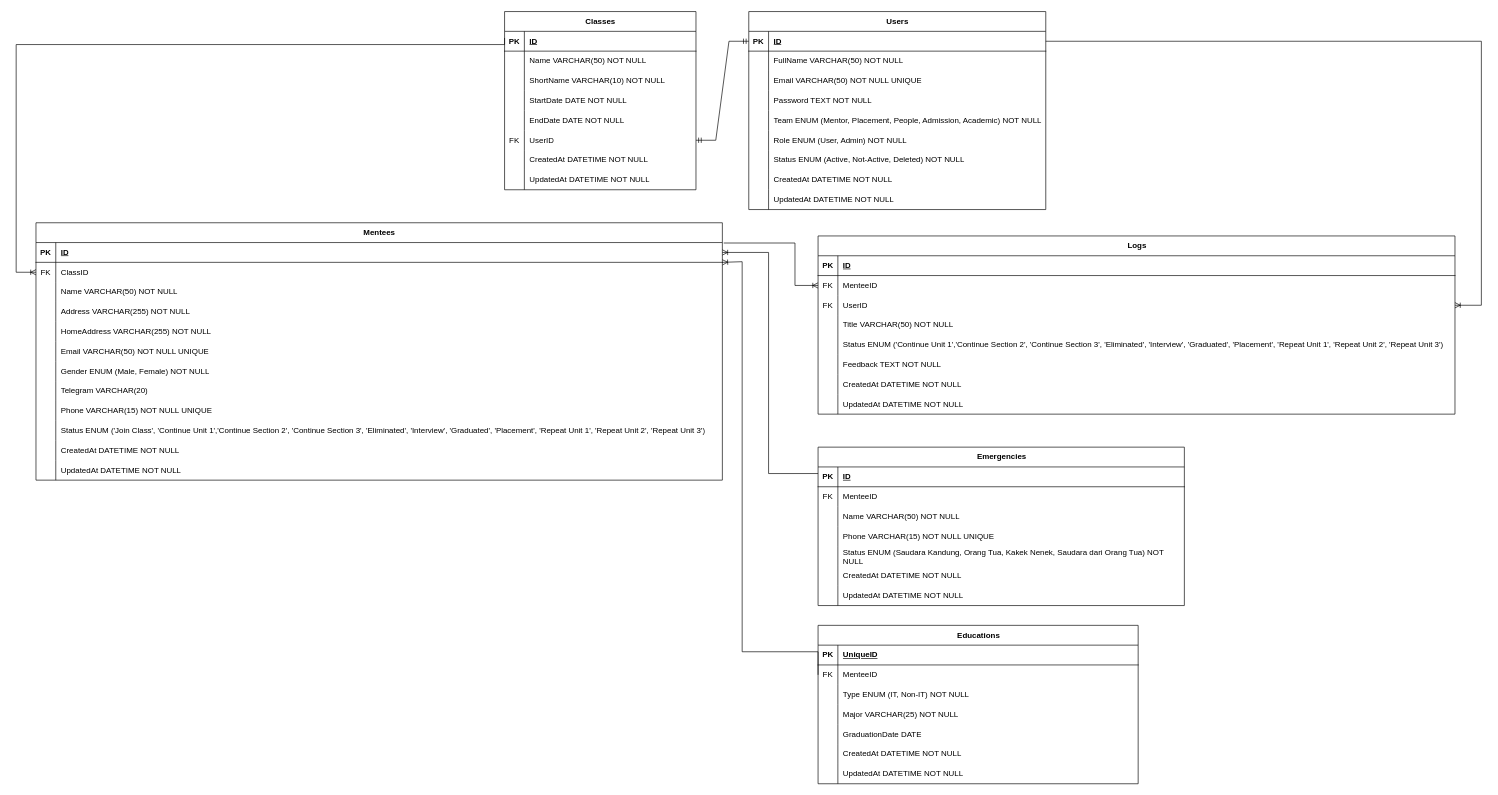
Earlier version of the draw.io diagram Immersive-dashboard-ERD.drawio.xml (Velocyes/ALTA-Dashboard-BE). Source tidied: cells renumbered, new cells numbered last; positions are measured from the earlier drawing's top-left corner, leaving out a move shared by most shapes. Both pictures are drawn from the tidied source at 66%, with x=0, y=0 at pixel (16, 11).
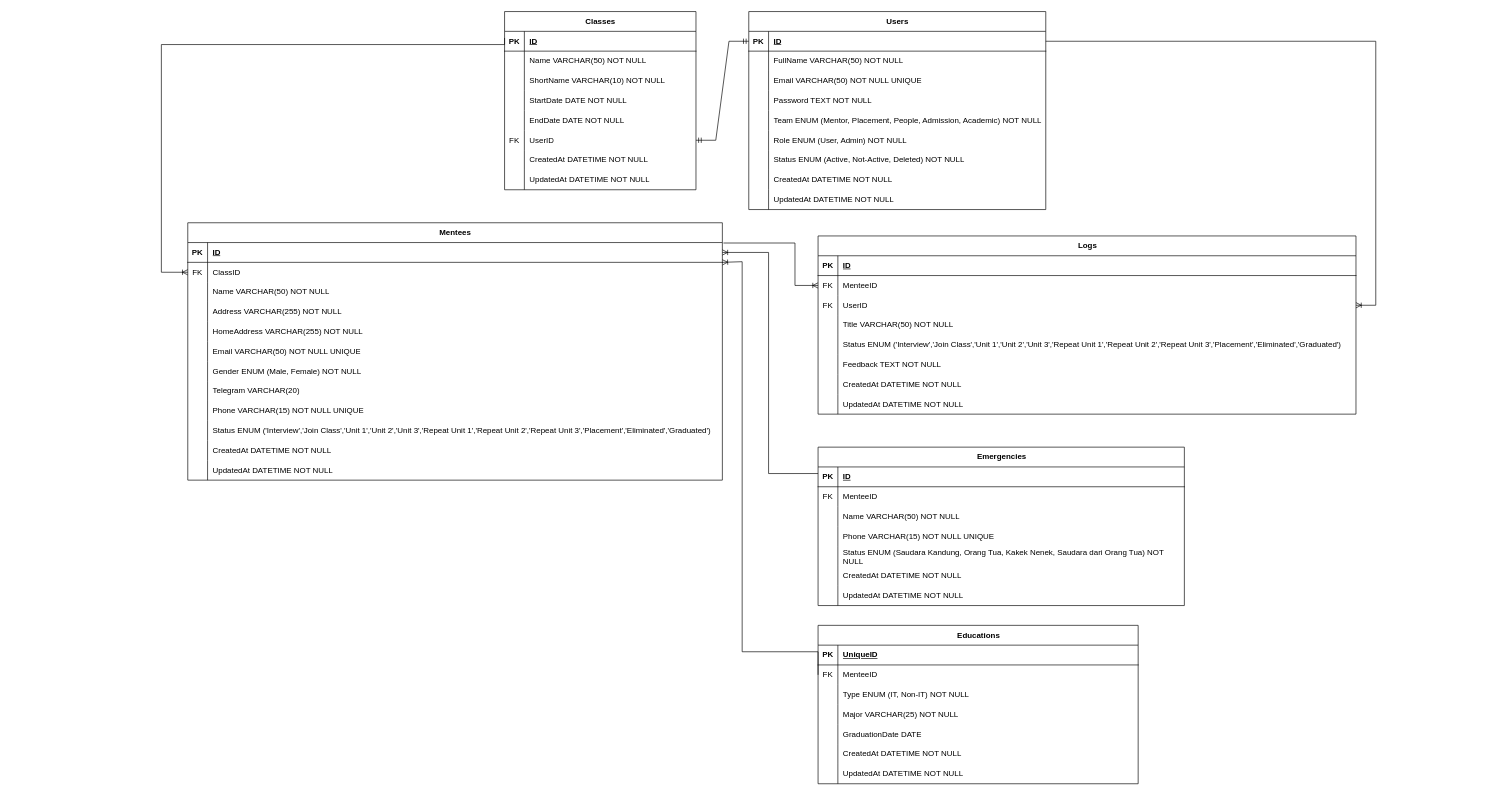
Above is the later version.

Commit message (it also covers changes not shown here):
Revert ERD

The change refers to these unchanged cells:
```xml
<mxCell id="3" style="shape=tableRow;horizontal=0;startSize=0;swimlaneHead=0;swimlaneBody=0;fillColor=none;points=[[0,0.5],[1,0.5]];portConstraint=eastwest;top=0;left=0;right=0;bottom=1;" parent="2" vertex="1">
  <mxGeometry y="30" width="450" height="30" as="geometry" />
</mxCell>
```

The edit, as a diff of the source:
```diff
@@
     <mxCell id="56" value="Mentees" style="shape=table;startSize=30;childLayout=tableLayout;rowLines=0;fontStyle=1;align=center;html=1;" parent="1" vertex="1">
-      <mxGeometry x="30" y="320" width="1040" height="390" as="geometry" />
+      <mxGeometry x="260" y="320" width="810" height="390" as="geometry" />
     </mxCell>
     <mxCell id="57" style="shape=tableRow;horizontal=0;startSize=0;swimlaneHead=0;swimlaneBody=0;fillColor=none;points=[[0,0.5],[1,0.5]];portConstraint=eastwest;top=0;left=0;right=0;bottom=1;" parent="56" vertex="1">
-      <mxGeometry y="30" width="1040" height="30" as="geometry" />
+      <mxGeometry y="30" width="810" height="30" as="geometry" />
     </mxCell>
@@
     <mxCell id="59" value="ID" style="shape=partialRectangle;fillColor=none;top=0;left=0;bottom=0;right=0;align=left;spacingLeft=6;fontStyle=5;overflow=hidden;whiteSpace=wrap;html=1;" parent="57" vertex="1">
-      <mxGeometry x="30" width="1010" height="30" as="geometry" />
+      <mxGeometry x="30" width="780" height="30" as="geometry" />
     </mxCell>
     <mxCell id="60" style="shape=tableRow;horizontal=0;startSize=0;swimlaneHead=0;swimlaneBody=0;fillColor=none;points=[[0,0.5],[1,0.5]];portConstraint=eastwest;top=0;left=0;right=0;bottom=0;" parent="56" vertex="1">
-      <mxGeometry y="60" width="1040" height="30" as="geometry" />
+      <mxGeometry y="60" width="810" height="30" as="geometry" />
     </mxCell>
@@
     <mxCell id="62" value="ClassID&amp;nbsp;" style="shape=partialRectangle;fillColor=none;top=0;left=0;bottom=0;right=0;align=left;spacingLeft=6;overflow=hidden;whiteSpace=wrap;html=1;" parent="60" vertex="1">
-      <mxGeometry x="30" width="1010" height="30" as="geometry" />
+      <mxGeometry x="30" width="780" height="30" as="geometry" />
     </mxCell>
     <mxCell id="63" style="shape=tableRow;horizontal=0;startSize=0;swimlaneHead=0;swimlaneBody=0;fillColor=none;top=0;left=0;right=0;bottom=0;" parent="56" vertex="1">
-      <mxGeometry y="90" width="1040" height="30" as="geometry" />
+      <mxGeometry y="90" width="810" height="30" as="geometry" />
     </mxCell>
@@
     <mxCell id="65" value="Name&amp;nbsp;VARCHAR(50) NOT NULL" style="shape=partialRectangle;fillColor=none;top=0;left=0;bottom=0;right=0;align=left;spacingLeft=6;overflow=hidden;whiteSpace=wrap;html=1;" parent="63" vertex="1">
-      <mxGeometry x="30" width="1010" height="30" as="geometry" />
+      <mxGeometry x="30" width="780" height="30" as="geometry" />
     </mxCell>
     <mxCell id="66" style="shape=tableRow;horizontal=0;startSize=0;swimlaneHead=0;swimlaneBody=0;fillColor=none;top=0;left=0;right=0;bottom=0;" parent="56" vertex="1">
-      <mxGeometry y="120" width="1040" height="30" as="geometry" />
+      <mxGeometry y="120" width="810" height="30" as="geometry" />
     </mxCell>
@@
     <mxCell id="68" value="Address VARCHAR(255) NOT NULL" style="shape=partialRectangle;fillColor=none;top=0;left=0;bottom=0;right=0;align=left;spacingLeft=6;overflow=hidden;whiteSpace=wrap;html=1;" parent="66" vertex="1">
-      <mxGeometry x="30" width="1010" height="30" as="geometry" />
+      <mxGeometry x="30" width="780" height="30" as="geometry" />
     </mxCell>
     <mxCell id="69" style="shape=tableRow;horizontal=0;startSize=0;swimlaneHead=0;swimlaneBody=0;fillColor=none;top=0;left=0;right=0;bottom=0;" parent="56" vertex="1">
-      <mxGeometry y="150" width="1040" height="30" as="geometry" />
+      <mxGeometry y="150" width="810" height="30" as="geometry" />
     </mxCell>
@@
     <mxCell id="71" value="HomeAddress VARCHAR(255) NOT NULL" style="shape=partialRectangle;fillColor=none;top=0;left=0;bottom=0;right=0;align=left;spacingLeft=6;overflow=hidden;whiteSpace=wrap;html=1;" parent="69" vertex="1">
-      <mxGeometry x="30" width="1010" height="30" as="geometry" />
+      <mxGeometry x="30" width="780" height="30" as="geometry" />
     </mxCell>
     <mxCell id="72" style="shape=tableRow;horizontal=0;startSize=0;swimlaneHead=0;swimlaneBody=0;fillColor=none;top=0;left=0;right=0;bottom=0;" parent="56" vertex="1">
-      <mxGeometry y="180" width="1040" height="30" as="geometry" />
+      <mxGeometry y="180" width="810" height="30" as="geometry" />
     </mxCell>
@@
     <mxCell id="74" value="Email VARCHAR(50) NOT NULL UNIQUE" style="shape=partialRectangle;fillColor=none;top=0;left=0;bottom=0;right=0;align=left;spacingLeft=6;overflow=hidden;whiteSpace=wrap;html=1;" parent="72" vertex="1">
-      <mxGeometry x="30" width="1010" height="30" as="geometry" />
+      <mxGeometry x="30" width="780" height="30" as="geometry" />
     </mxCell>
     <mxCell id="75" style="shape=tableRow;horizontal=0;startSize=0;swimlaneHead=0;swimlaneBody=0;fillColor=none;top=0;left=0;right=0;bottom=0;" parent="56" vertex="1">
-      <mxGeometry y="210" width="1040" height="30" as="geometry" />
+      <mxGeometry y="210" width="810" height="30" as="geometry" />
     </mxCell>
@@
     <mxCell id="77" value="Gender ENUM (Male, Female) NOT NULL" style="shape=partialRectangle;fillColor=none;top=0;left=0;bottom=0;right=0;align=left;spacingLeft=6;overflow=hidden;whiteSpace=wrap;html=1;" parent="75" vertex="1">
-      <mxGeometry x="30" width="1010" height="30" as="geometry" />
+      <mxGeometry x="30" width="780" height="30" as="geometry" />
     </mxCell>
     <mxCell id="78" style="shape=tableRow;horizontal=0;startSize=0;swimlaneHead=0;swimlaneBody=0;fillColor=none;top=0;left=0;right=0;bottom=0;" parent="56" vertex="1">
-      <mxGeometry y="240" width="1040" height="30" as="geometry" />
+      <mxGeometry y="240" width="810" height="30" as="geometry" />
     </mxCell>
@@
     <mxCell id="80" value="Telegram VARCHAR(20)" style="shape=partialRectangle;fillColor=none;top=0;left=0;bottom=0;right=0;align=left;spacingLeft=6;overflow=hidden;whiteSpace=wrap;html=1;" parent="78" vertex="1">
-      <mxGeometry x="30" width="1010" height="30" as="geometry" />
+      <mxGeometry x="30" width="780" height="30" as="geometry" />
     </mxCell>
     <mxCell id="81" style="shape=tableRow;horizontal=0;startSize=0;swimlaneHead=0;swimlaneBody=0;fillColor=none;top=0;left=0;right=0;bottom=0;" parent="56" vertex="1">
-      <mxGeometry y="270" width="1040" height="30" as="geometry" />
+      <mxGeometry y="270" width="810" height="30" as="geometry" />
     </mxCell>
@@
     <mxCell id="83" value="Phone VARCHAR(15) NOT NULL UNIQUE" style="shape=partialRectangle;fillColor=none;top=0;left=0;bottom=0;right=0;align=left;spacingLeft=6;overflow=hidden;whiteSpace=wrap;html=1;" parent="81" vertex="1">
-      <mxGeometry x="30" width="1010" height="30" as="geometry" />
+      <mxGeometry x="30" width="780" height="30" as="geometry" />
     </mxCell>
     <mxCell id="84" style="shape=tableRow;horizontal=0;startSize=0;swimlaneHead=0;swimlaneBody=0;fillColor=none;top=0;left=0;right=0;bottom=0;" parent="56" vertex="1">
-      <mxGeometry y="300" width="1040" height="30" as="geometry" />
+      <mxGeometry y="300" width="810" height="30" as="geometry" />
     </mxCell>
@@
-    <mxCell id="86" value="&lt;div&gt;Status ENUM ('Join Class', 'Continue Unit 1','Continue Section 2', 'Continue Section 3', 'Eliminated', 'Interview', 'Graduated', 'Placement', 'Repeat Unit 1', 'Repeat Unit 2', 'Repeat Unit 3')&lt;/div&gt;" style="shape=partialRectangle;fillColor=none;top=0;left=0;bottom=0;right=0;align=left;spacingLeft=6;overflow=hidden;whiteSpace=wrap;html=1;" parent="84" vertex="1">
-      <mxGeometry x="30" width="1010" height="30" as="geometry" />
+    <mxCell id="86" value="&lt;div&gt;Status ENUM ('Interview','Join Class','Unit 1','Unit 2','Unit 3','Repeat Unit 1','Repeat Unit 2','Repeat Unit 3','Placement','Eliminated','Graduated')&lt;/div&gt;" style="shape=partialRectangle;fillColor=none;top=0;left=0;bottom=0;right=0;align=left;spacingLeft=6;overflow=hidden;whiteSpace=wrap;html=1;" parent="84" vertex="1">
+      <mxGeometry x="30" width="780" height="30" as="geometry" />
     </mxCell>
     <mxCell id="87" style="shape=tableRow;horizontal=0;startSize=0;swimlaneHead=0;swimlaneBody=0;fillColor=none;top=0;left=0;right=0;bottom=0;" parent="56" vertex="1">
-      <mxGeometry y="330" width="1040" height="30" as="geometry" />
+      <mxGeometry y="330" width="810" height="30" as="geometry" />
     </mxCell>
@@
     <mxCell id="89" value="CreatedAt DATETIME NOT NULL" style="shape=partialRectangle;fillColor=none;top=0;left=0;bottom=0;right=0;align=left;spacingLeft=6;overflow=hidden;whiteSpace=wrap;html=1;" parent="87" vertex="1">
-      <mxGeometry x="30" width="1010" height="30" as="geometry" />
+      <mxGeometry x="30" width="780" height="30" as="geometry" />
     </mxCell>
     <mxCell id="90" style="shape=tableRow;horizontal=0;startSize=0;swimlaneHead=0;swimlaneBody=0;fillColor=none;top=0;left=0;right=0;bottom=0;" parent="56" vertex="1">
-      <mxGeometry y="360" width="1040" height="30" as="geometry" />
+      <mxGeometry y="360" width="810" height="30" as="geometry" />
     </mxCell>
@@
     <mxCell id="92" value="UpdatedAt DATETIME NOT NULL" style="shape=partialRectangle;fillColor=none;top=0;left=0;bottom=0;right=0;align=left;spacingLeft=6;overflow=hidden;whiteSpace=wrap;html=1;" parent="90" vertex="1">
-      <mxGeometry x="30" width="1010" height="30" as="geometry" />
+      <mxGeometry x="30" width="780" height="30" as="geometry" />
     </mxCell>
     <mxCell id="93" style="edgeStyle=orthogonalEdgeStyle;fontSize=12;html=1;endArrow=ERoneToMany;rounded=0;entryX=0;entryY=0.5;entryDx=0;entryDy=0;" parent="1" edge="1" target="60">
       <mxGeometry relative="1" as="geometry">
         <mxPoint x="740" y="40" as="sourcePoint" />
         <Array as="points">
           <mxPoint x="740" y="50" />
-          <mxPoint y="50" />
-          <mxPoint y="395" />
+          <mxPoint x="220" y="50" />
+          <mxPoint x="220" y="395" />
         </Array>
       </mxGeometry>
     </mxCell>
     <mxCell id="94" value="Logs" style="shape=table;startSize=30;childLayout=tableLayout;rowLines=0;fontStyle=1;align=center;html=1;" parent="1" vertex="1">
-      <mxGeometry x="1215" y="340" width="965" height="270" as="geometry" />
+      <mxGeometry x="1215" y="340" width="815" height="270" as="geometry" />
     </mxCell>
     <mxCell id="95" style="shape=tableRow;horizontal=0;startSize=0;swimlaneHead=0;swimlaneBody=0;fillColor=none;top=0;left=0;right=0;bottom=1;" parent="94" vertex="1">
-      <mxGeometry y="30" width="965" height="30" as="geometry" />
+      <mxGeometry y="30" width="815" height="30" as="geometry" />
     </mxCell>
@@
     <mxCell id="97" value="ID" style="shape=partialRectangle;fillColor=none;top=0;left=0;bottom=0;right=0;align=left;spacingLeft=6;fontStyle=5;overflow=hidden;whiteSpace=wrap;html=1;" parent="95" vertex="1">
-      <mxGeometry x="30" width="935" height="30" as="geometry" />
+      <mxGeometry x="30" width="785" height="30" as="geometry" />
     </mxCell>
     <mxCell id="98" style="shape=tableRow;horizontal=0;startSize=0;swimlaneHead=0;swimlaneBody=0;fillColor=none;points=[[0,0.5],[1,0.5]];portConstraint=eastwest;top=0;left=0;right=0;bottom=0;" parent="94" vertex="1">
-      <mxGeometry y="60" width="965" height="30" as="geometry" />
+      <mxGeometry y="60" width="815" height="30" as="geometry" />
     </mxCell>
@@
     <mxCell id="100" value="MenteeID" style="shape=partialRectangle;fillColor=none;top=0;left=0;bottom=0;right=0;align=left;spacingLeft=6;overflow=hidden;whiteSpace=wrap;html=1;" parent="98" vertex="1">
-      <mxGeometry x="30" width="935" height="30" as="geometry" />
+      <mxGeometry x="30" width="785" height="30" as="geometry" />
     </mxCell>
     <mxCell id="101" style="shape=tableRow;horizontal=0;startSize=0;swimlaneHead=0;swimlaneBody=0;fillColor=none;points=[[0,0.5],[1,0.5]];portConstraint=eastwest;top=0;left=0;right=0;bottom=0;" parent="94" vertex="1">
-      <mxGeometry y="90" width="965" height="30" as="geometry" />
+      <mxGeometry y="90" width="815" height="30" as="geometry" />
     </mxCell>
@@
     <mxCell id="103" value="UserID" style="shape=partialRectangle;fillColor=none;top=0;left=0;bottom=0;right=0;align=left;spacingLeft=6;overflow=hidden;whiteSpace=wrap;html=1;" parent="101" vertex="1">
-      <mxGeometry x="30" width="935" height="30" as="geometry" />
+      <mxGeometry x="30" width="785" height="30" as="geometry" />
     </mxCell>
     <mxCell id="104" style="shape=tableRow;horizontal=0;startSize=0;swimlaneHead=0;swimlaneBody=0;fillColor=none;top=0;left=0;right=0;bottom=0;" parent="94" vertex="1">
-      <mxGeometry y="120" width="965" height="30" as="geometry" />
+      <mxGeometry y="120" width="815" height="30" as="geometry" />
     </mxCell>
@@
     <mxCell id="106" value="Title&amp;nbsp;VARCHAR(50) NOT NULL" style="shape=partialRectangle;fillColor=none;top=0;left=0;bottom=0;right=0;align=left;spacingLeft=6;overflow=hidden;whiteSpace=wrap;html=1;" parent="104" vertex="1">
-      <mxGeometry x="30" width="935" height="30" as="geometry" />
+      <mxGeometry x="30" width="785" height="30" as="geometry" />
     </mxCell>
     <mxCell id="107" style="shape=tableRow;horizontal=0;startSize=0;swimlaneHead=0;swimlaneBody=0;fillColor=none;top=0;left=0;right=0;bottom=0;" parent="94" vertex="1">
-      <mxGeometry y="150" width="965" height="30" as="geometry" />
+      <mxGeometry y="150" width="815" height="30" as="geometry" />
     </mxCell>
@@
-    <mxCell id="109" value="&lt;div&gt;Status ENUM ('Continue Unit 1','Continue Section 2', 'Continue Section 3', 'Eliminated', 'Interview', 'Graduated', 'Placement', 'Repeat Unit 1', 'Repeat Unit 2', 'Repeat Unit 3')&lt;/div&gt;" style="shape=partialRectangle;fillColor=none;top=0;left=0;bottom=0;right=0;align=left;spacingLeft=6;overflow=hidden;whiteSpace=wrap;html=1;" parent="107" vertex="1">
-      <mxGeometry x="30" width="935" height="30" as="geometry" />
+    <mxCell id="109" value="&lt;div&gt;Status ENUM ('Interview','Join Class','Unit 1','Unit 2','Unit 3','Repeat Unit 1','Repeat Unit 2','Repeat Unit 3','Placement','Eliminated','Graduated')&lt;/div&gt;" style="shape=partialRectangle;fillColor=none;top=0;left=0;bottom=0;right=0;align=left;spacingLeft=6;overflow=hidden;whiteSpace=wrap;html=1;" parent="107" vertex="1">
+      <mxGeometry x="30" width="785" height="30" as="geometry" />
     </mxCell>
     <mxCell id="110" style="shape=tableRow;horizontal=0;startSize=0;swimlaneHead=0;swimlaneBody=0;fillColor=none;top=0;left=0;right=0;bottom=0;" parent="94" vertex="1">
-      <mxGeometry y="180" width="965" height="30" as="geometry" />
+      <mxGeometry y="180" width="815" height="30" as="geometry" />
     </mxCell>
@@
     <mxCell id="112" value="Feedback TEXT NOT NULL" style="shape=partialRectangle;fillColor=none;top=0;left=0;bottom=0;right=0;align=left;spacingLeft=6;overflow=hidden;whiteSpace=wrap;html=1;" parent="110" vertex="1">
-      <mxGeometry x="30" width="935" height="30" as="geometry" />
+      <mxGeometry x="30" width="785" height="30" as="geometry" />
     </mxCell>
     <mxCell id="113" style="shape=tableRow;horizontal=0;startSize=0;swimlaneHead=0;swimlaneBody=0;fillColor=none;top=0;left=0;right=0;bottom=0;" parent="94" vertex="1">
-      <mxGeometry y="210" width="965" height="30" as="geometry" />
+      <mxGeometry y="210" width="815" height="30" as="geometry" />
     </mxCell>
@@
     <mxCell id="115" value="CreatedAt DATETIME NOT NULL" style="shape=partialRectangle;fillColor=none;top=0;left=0;bottom=0;right=0;align=left;spacingLeft=6;overflow=hidden;whiteSpace=wrap;html=1;" parent="113" vertex="1">
-      <mxGeometry x="30" width="935" height="30" as="geometry" />
+      <mxGeometry x="30" width="785" height="30" as="geometry" />
     </mxCell>
     <mxCell id="116" style="shape=tableRow;horizontal=0;startSize=0;swimlaneHead=0;swimlaneBody=0;fillColor=none;top=0;left=0;right=0;bottom=0;" parent="94" vertex="1">
-      <mxGeometry y="240" width="965" height="30" as="geometry" />
+      <mxGeometry y="240" width="815" height="30" as="geometry" />
     </mxCell>
@@
     <mxCell id="118" value="UpdatedAt DATETIME NOT NULL" style="shape=partialRectangle;fillColor=none;top=0;left=0;bottom=0;right=0;align=left;spacingLeft=6;overflow=hidden;whiteSpace=wrap;html=1;" parent="116" vertex="1">
-      <mxGeometry x="30" width="935" height="30" as="geometry" />
+      <mxGeometry x="30" width="785" height="30" as="geometry" />
     </mxCell>
@@
     <mxCell id="166" style="edgeStyle=orthogonalEdgeStyle;fontSize=12;html=1;endArrow=ERoneToMany;rounded=0;exitX=1;exitY=0.5;exitDx=0;exitDy=0;entryX=1;entryY=0.5;entryDx=0;entryDy=0;" parent="1" edge="1" source="3" target="101">
       <mxGeometry relative="1" as="geometry">
         <Array as="points">
-          <mxPoint x="2220" y="45" />
-          <mxPoint x="2220" y="445" />
+          <mxPoint x="2060" y="45" />
+          <mxPoint x="2060" y="445" />
         </Array>
       </mxGeometry>
     </mxCell>
```
